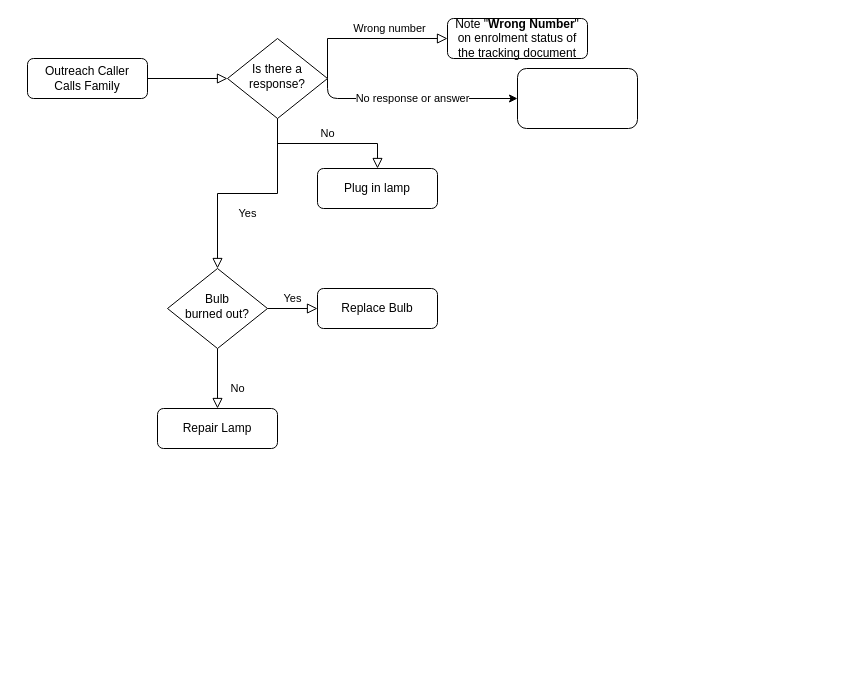
This is Outreach Caller Diagram.drawio from MatzKing/share-course, a draw.io file, before an edit. Source tidied: cells renumbered, new cells numbered last; positions are measured from the earlier drawing's top-left corner, leaving out a move shared by most shapes. Both pictures are drawn from the tidied source at 100%, with x=0, y=0 at pixel (27, 18).
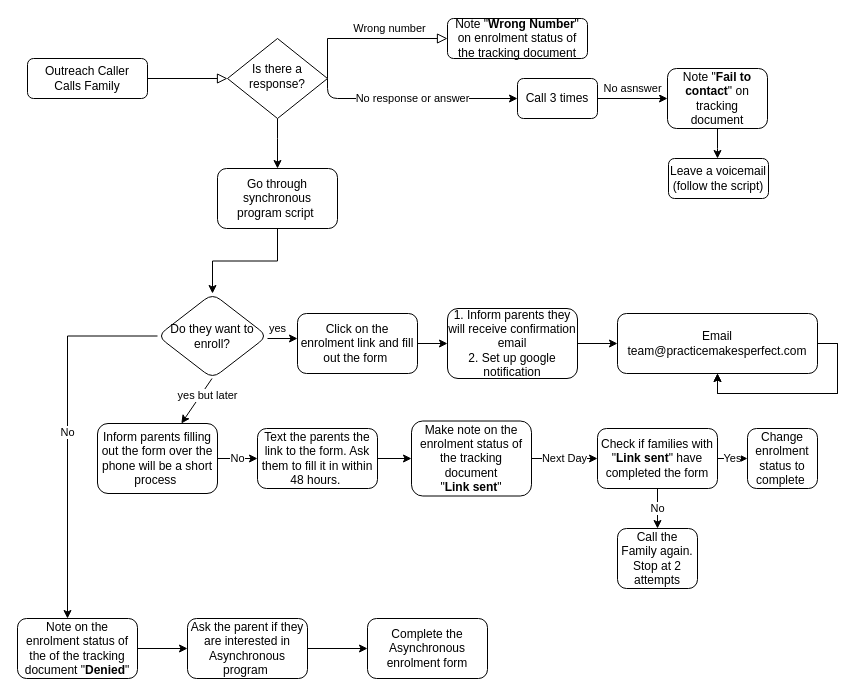
The same diagram, later.

Unchanged cells that the change refers to:
```xml
<mxCell id="6" value="Is there a response?" style="rhombus;whiteSpace=wrap;html=1;shadow=0;fontFamily=Helvetica;fontSize=12;align=center;strokeWidth=1;spacing=6;spacingTop=-4;" parent="1" vertex="1">
  <mxGeometry x="200" y="20" width="100" height="80" as="geometry" />
</mxCell>
```

Change to the diagram source:
```diff
@@
-    <mxCell id="4" value="Yes" style="rounded=0;html=1;jettySize=auto;fontSize=11;endArrow=block;endFill=0;endSize=8;strokeWidth=1;shadow=0;labelBackgroundColor=none;edgeStyle=orthogonalEdgeStyle;" parent="1" edge="1" source="6" target="10">
-      <mxGeometry y="20" relative="1" as="geometry" />
-    </mxCell>
-    <mxCell id="5" value="No" style="edgeStyle=orthogonalEdgeStyle;rounded=0;html=1;jettySize=auto;fontSize=11;endArrow=block;endFill=0;endSize=8;strokeWidth=1;shadow=0;labelBackgroundColor=none;" parent="1" edge="1" source="6" target="7">
-      <mxGeometry y="10" relative="1" as="geometry" />
-    </mxCell>
+    <mxCell id="17" style="edgeStyle=orthogonalEdgeStyle;rounded=0;jettySize=auto;html=1;" parent="1" edge="1" source="6">
+      <mxGeometry relative="1" as="geometry">
+        <mxPoint x="250" y="150" as="targetPoint" />
+        <Array as="points">
+          <mxPoint x="250" y="120" />
+          <mxPoint x="250" y="120" />
+        </Array>
+      </mxGeometry>
+    </mxCell>
@@
-    <mxCell id="7" value="Plug in lamp" style="rounded=1;whiteSpace=wrap;html=1;fontSize=12;glass=0;strokeWidth=1;shadow=0;" parent="1" vertex="1">
-      <mxGeometry x="290" y="150" width="120" height="40" as="geometry" />
-    </mxCell>
-    <mxCell id="8" value="No" style="rounded=0;html=1;jettySize=auto;fontSize=11;endArrow=block;endFill=0;endSize=8;strokeWidth=1;shadow=0;labelBackgroundColor=none;edgeStyle=orthogonalEdgeStyle;" parent="1" edge="1" source="10" target="11">
-      <mxGeometry x="0.33" y="20" relative="1" as="geometry" />
-    </mxCell>
-    <mxCell id="9" value="Yes" style="edgeStyle=orthogonalEdgeStyle;rounded=0;html=1;jettySize=auto;fontSize=11;endArrow=block;endFill=0;endSize=8;strokeWidth=1;shadow=0;labelBackgroundColor=none;" parent="1" edge="1" source="10" target="12">
-      <mxGeometry y="10" relative="1" as="geometry" />
-    </mxCell>
-    <mxCell id="10" value="Bulb&lt;br&gt;burned out?" style="rhombus;whiteSpace=wrap;html=1;shadow=0;fontFamily=Helvetica;fontSize=12;align=center;strokeWidth=1;spacing=6;spacingTop=-4;" parent="1" vertex="1">
-      <mxGeometry x="140" y="250" width="100" height="80" as="geometry" />
-    </mxCell>
-    <mxCell id="11" value="Repair Lamp" style="rounded=1;whiteSpace=wrap;html=1;fontSize=12;glass=0;strokeWidth=1;shadow=0;" parent="1" vertex="1">
-      <mxGeometry x="130" y="390" width="120" height="40" as="geometry" />
-    </mxCell>
-    <mxCell id="12" value="Replace Bulb" style="rounded=1;whiteSpace=wrap;html=1;fontSize=12;glass=0;strokeWidth=1;shadow=0;" parent="1" vertex="1">
-      <mxGeometry x="290" y="270" width="120" height="40" as="geometry" />
-    </mxCell>
@@
+    <mxCell id="18" value="No asnswer" style="edgeStyle=orthogonalEdgeStyle;rounded=0;jettySize=auto;html=1;" parent="1" edge="1" source="16" target="20">
+      <mxGeometry y="10" relative="1" as="geometry" />
+    </mxCell>
-    <mxCell id="16" style="rounded=1;whiteSpace=wrap;html=1;" parent="1" vertex="1">
-      <mxGeometry x="490" y="50" width="120" height="60" as="geometry" />
+    <mxCell id="16" value="Call 3 times" style="rounded=1;whiteSpace=wrap;html=1;" parent="1" vertex="1">
+      <mxGeometry x="490" y="60" width="80" height="40" as="geometry" />
     </mxCell>
+    <mxCell id="19" style="edgeStyle=orthogonalEdgeStyle;rounded=0;jettySize=auto;html=1;" parent="1" edge="1" source="20">
+      <mxGeometry relative="1" as="geometry">
+        <mxPoint x="690" y="140" as="targetPoint" />
+      </mxGeometry>
+    </mxCell>
+    <mxCell id="20" value="Note &quot;&lt;b&gt;Fail to contact&lt;/b&gt;&quot; on tracking document" style="rounded=1;whiteSpace=wrap;html=1;" parent="1" vertex="1">
+      <mxGeometry x="640" y="50" width="100" height="60" as="geometry" />
+    </mxCell>
+    <mxCell id="21" value="Leave a voicemail&lt;br&gt;(follow the script)" style="rounded=1;whiteSpace=wrap;html=1;" parent="1" vertex="1">
+      <mxGeometry x="641" y="140" width="100" height="40" as="geometry" />
+    </mxCell>
+    <mxCell id="22" style="edgeStyle=orthogonalEdgeStyle;rounded=0;jettySize=auto;html=1;" parent="1" edge="1" source="23" target="25">
+      <mxGeometry relative="1" as="geometry" />
+    </mxCell>
+    <mxCell id="23" value="Go through synchronous&lt;br&gt;program script&amp;nbsp;" style="rounded=1;whiteSpace=wrap;html=1;" parent="1" vertex="1">
+      <mxGeometry x="190" y="150" width="120" height="60" as="geometry" />
+    </mxCell>
+    <mxCell id="24" value="No" style="edgeStyle=orthogonalEdgeStyle;rounded=0;jettySize=auto;html=1;" parent="1" edge="1" source="25" target="47">
+      <mxGeometry relative="1" as="geometry">
+        <Array as="points">
+          <mxPoint x="40" y="318" />
+        </Array>
+      </mxGeometry>
+    </mxCell>
+    <mxCell id="25" value="Do they want to enroll?" style="rhombus;whiteSpace=wrap;html=1;rounded=1;" parent="1" vertex="1">
+      <mxGeometry x="130" y="275" width="110" height="85" as="geometry" />
+    </mxCell>
+    <mxCell id="26" value="yes" style="endArrow=classic;html=1;" parent="1" edge="1">
+      <mxGeometry x="-0.33" y="10" relative="1" as="geometry">
+        <mxPoint x="240" y="320" as="sourcePoint" />
+        <mxPoint x="270" y="320" as="targetPoint" />
+      </mxGeometry>
+    </mxCell>
+    <mxCell id="27" style="edgeStyle=orthogonalEdgeStyle;rounded=0;jettySize=auto;html=1;" parent="1" edge="1" source="28">
+      <mxGeometry relative="1" as="geometry">
+        <mxPoint x="420" y="325" as="targetPoint" />
+        <Array as="points">
+          <mxPoint x="420" y="325" />
+          <mxPoint x="420" y="325" />
+        </Array>
+      </mxGeometry>
+    </mxCell>
+    <mxCell id="28" value="Click on the enrolment link and fill out the form&amp;nbsp;" style="rounded=1;whiteSpace=wrap;html=1;" parent="1" vertex="1">
+      <mxGeometry x="270" y="295" width="120" height="60" as="geometry" />
+    </mxCell>
+    <mxCell id="29" style="edgeStyle=orthogonalEdgeStyle;rounded=0;jettySize=auto;html=1;" parent="1" edge="1" source="30" target="31">
+      <mxGeometry relative="1" as="geometry" />
+    </mxCell>
+    <mxCell id="30" value="1. Inform parents they will receive confirmation email&lt;br&gt;2. Set up google notification" style="whiteSpace=wrap;html=1;rounded=1;" parent="1" vertex="1">
+      <mxGeometry x="420" y="290" width="130" height="70" as="geometry" />
+    </mxCell>
+    <mxCell id="31" value="Email team@practicemakesperfect.com" style="whiteSpace=wrap;html=1;rounded=1;" parent="1" vertex="1">
+      <mxGeometry x="590" y="295" width="200" height="60" as="geometry" />
+    </mxCell>
+    <mxCell id="32" style="edgeStyle=orthogonalEdgeStyle;rounded=0;orthogonalLoop=1;jettySize=auto;html=1;exitX=1;exitY=0.5;exitDx=0;exitDy=0;" parent="1" edge="1" source="31" target="31">
+      <mxGeometry relative="1" as="geometry" />
+    </mxCell>
+    <mxCell id="33" style="edgeStyle=orthogonalEdgeStyle;rounded=0;orthogonalLoop=1;jettySize=auto;html=1;exitX=1;exitY=0.5;exitDx=0;exitDy=0;" parent="1" edge="1" source="31" target="31">
+      <mxGeometry relative="1" as="geometry" />
+    </mxCell>
+    <mxCell id="34" value="yes but later" style="endArrow=classic;html=1;" parent="1" edge="1" target="36">
+      <mxGeometry x="-0.43" y="6" relative="1" as="geometry">
+        <mxPoint x="184.5" y="360" as="sourcePoint" />
+      </mxGeometry>
+    </mxCell>
+    <mxCell id="35" value="No" style="edgeStyle=orthogonalEdgeStyle;rounded=0;jettySize=auto;html=1;" parent="1" edge="1" source="36" target="38">
+      <mxGeometry relative="1" as="geometry" />
+    </mxCell>
+    <mxCell id="36" value="Inform parents filling out the form over the phone will be a short process&amp;nbsp;&lt;br&gt;" style="rounded=1;whiteSpace=wrap;html=1;" parent="1" vertex="1">
+      <mxGeometry x="70" y="405" width="120" height="70" as="geometry" />
+    </mxCell>
+    <mxCell id="37" style="edgeStyle=orthogonalEdgeStyle;rounded=0;jettySize=auto;html=1;" parent="1" edge="1" source="38" target="40">
+      <mxGeometry relative="1" as="geometry" />
+    </mxCell>
+    <mxCell id="38" value="Text the parents the link to the form. Ask them to fill it in within 48 hours.&amp;nbsp;" style="whiteSpace=wrap;html=1;rounded=1;" parent="1" vertex="1">
+      <mxGeometry x="230" y="410" width="120" height="60" as="geometry" />
+    </mxCell>
+    <mxCell id="39" value="Next Day" style="edgeStyle=orthogonalEdgeStyle;rounded=0;jettySize=auto;html=1;" parent="1" edge="1" source="40" target="43">
+      <mxGeometry relative="1" as="geometry" />
+    </mxCell>
+    <mxCell id="40" value="Make note on the enrolment status of the tracking document&lt;br&gt;&quot;&lt;b&gt;Link sent&lt;/b&gt;&quot;" style="whiteSpace=wrap;html=1;rounded=1;" parent="1" vertex="1">
+      <mxGeometry x="384" y="402.5" width="120" height="75" as="geometry" />
+    </mxCell>
+    <mxCell id="41" value="Yes" style="edgeStyle=orthogonalEdgeStyle;rounded=0;jettySize=auto;html=1;" parent="1" edge="1" source="43" target="44">
+      <mxGeometry relative="1" as="geometry" />
+    </mxCell>
+    <mxCell id="42" value="No" style="edgeStyle=orthogonalEdgeStyle;rounded=0;jettySize=auto;html=1;exitX=0.5;exitY=1;exitDx=0;exitDy=0;" parent="1" edge="1" source="43">
+      <mxGeometry relative="1" as="geometry">
+        <mxPoint x="630" y="510" as="targetPoint" />
+      </mxGeometry>
+    </mxCell>
+    <mxCell id="43" value="Check if families with &quot;&lt;b&gt;Link sent&lt;/b&gt;&quot; have completed the form" style="whiteSpace=wrap;html=1;rounded=1;" parent="1" vertex="1">
+      <mxGeometry x="570" y="410" width="120" height="60" as="geometry" />
+    </mxCell>
+    <mxCell id="44" value="Change enrolment status to complete&amp;nbsp;" style="rounded=1;whiteSpace=wrap;html=1;" parent="1" vertex="1">
+      <mxGeometry x="720" y="410" width="70" height="60" as="geometry" />
+    </mxCell>
+    <mxCell id="45" value="Call the Family again. Stop at 2 attempts" style="rounded=1;whiteSpace=wrap;html=1;" parent="1" vertex="1">
+      <mxGeometry x="590" y="510" width="80" height="60" as="geometry" />
+    </mxCell>
+    <mxCell id="46" style="edgeStyle=orthogonalEdgeStyle;rounded=0;jettySize=auto;html=1;" parent="1" edge="1" source="47" target="48">
+      <mxGeometry relative="1" as="geometry" />
+    </mxCell>
+    <mxCell id="47" value="Note on the enrolment status of the of the tracking document &quot;&lt;b&gt;Denied&lt;/b&gt;&quot;" style="whiteSpace=wrap;html=1;rounded=1;" parent="1" vertex="1">
+      <mxGeometry x="-10" y="600" width="120" height="60" as="geometry" />
+    </mxCell>
+    <mxCell id="48" value="Ask the parent if they are interested in Asynchronous program&amp;nbsp;" style="whiteSpace=wrap;html=1;rounded=1;" parent="1" vertex="1">
+      <mxGeometry x="160" y="600" width="120" height="60" as="geometry" />
+    </mxCell>
+    <mxCell id="49" style="endArrow=classic;html=1;" parent="1" edge="1" target="50">
+      <mxGeometry relative="1" as="geometry">
+        <mxPoint x="280" y="630" as="sourcePoint" />
+      </mxGeometry>
+    </mxCell>
+    <mxCell id="50" value="Complete the Asynchronous enrolment form" style="rounded=1;whiteSpace=wrap;html=1;" parent="1" vertex="1">
+      <mxGeometry x="340" y="600" width="120" height="60" as="geometry" />
+    </mxCell>
```
